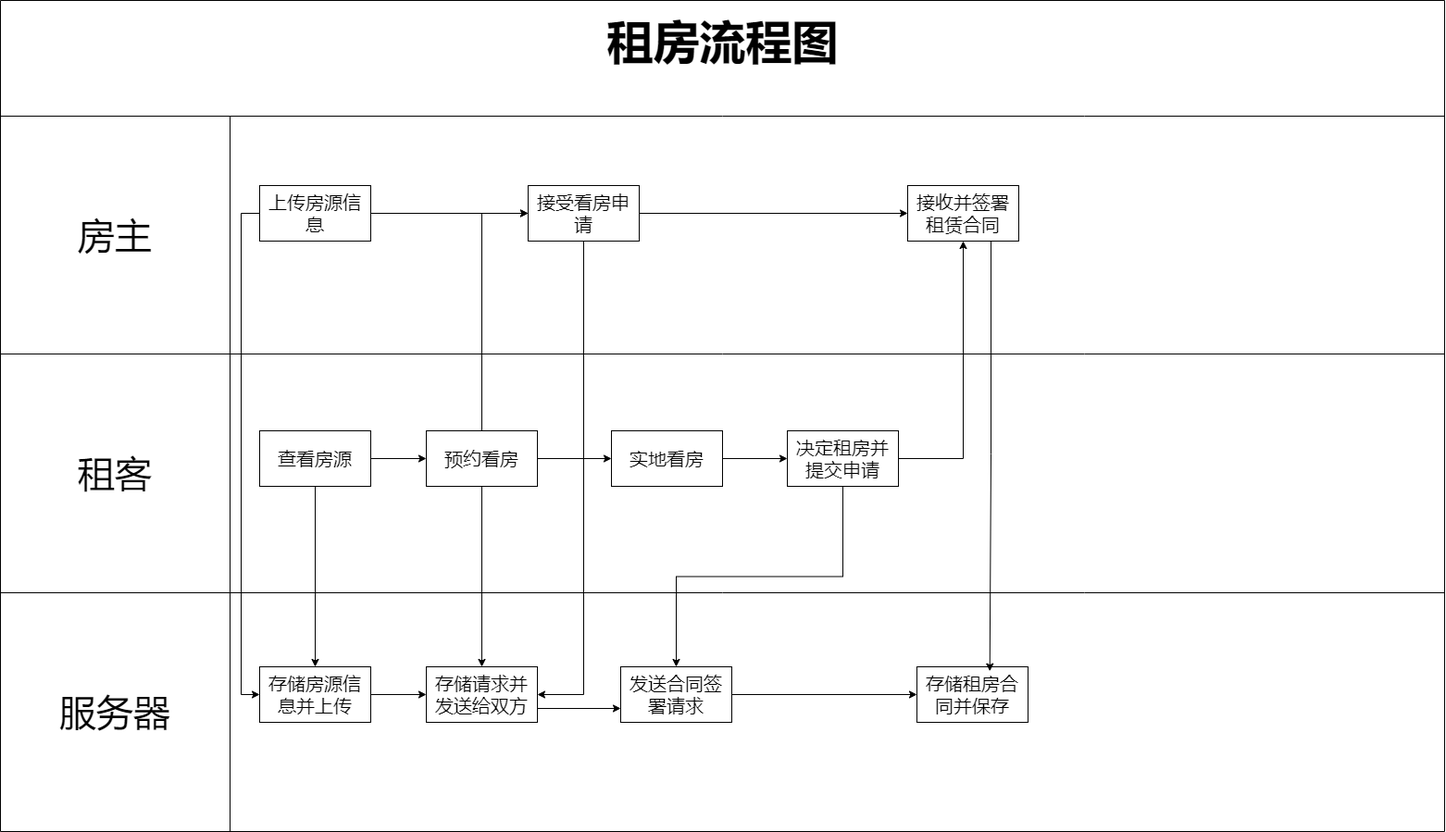
The draw.io diagram Plans/租房流程图.png in 1228785484/RentHouseThing, before a commit. Source tidied: cells renumbered, new cells last; positions are measured from the earlier drawing's top-left corner, leaving out a move shared by most shapes.
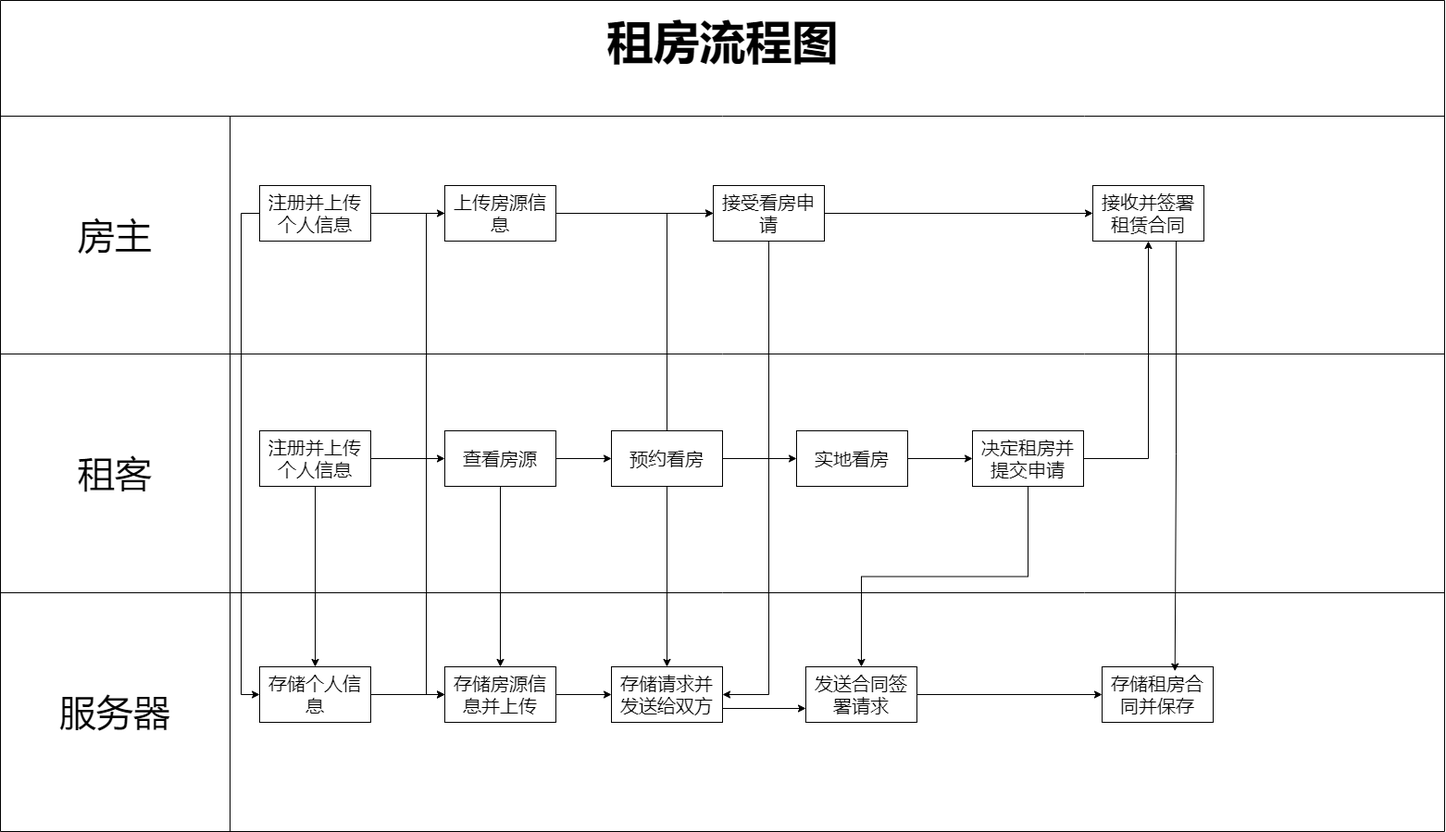
The same file after the commit.

Commit message:
租房流程图.png

The edit, as a diff of the source:
```diff
@@ -3,7 +3,7 @@
     <mxCell id="0" />
     <mxCell id="1" parent="0" />
     <mxCell id="2" style="shape=table;startSize=0;" parent="1" vertex="1">
-      <mxGeometry width="1560" height="898" as="geometry" />
+      <mxGeometry x="-200" width="1560" height="898" as="geometry" />
     </mxCell>
     <mxCell id="3" style="shape=tableRow;horizontal=0;startSize=0;swimlaneHead=0;swimlaneBody=0;strokeColor=inherit;top=0;left=0;bottom=0;right=0;fillColor=none;" parent="2" vertex="1">
       <mxGeometry width="1560" height="125" as="geometry" />
@@ -39,7 +39,7 @@
       <mxGeometry x="248" width="1312" height="258" as="geometry" />
     </mxCell>
     <mxCell id="14" value="&lt;font style=&quot;font-size: 50px;&quot;&gt;租房流程图&lt;/font&gt;" style="text;strokeColor=none;fillColor=none;html=1;fontSize=24;fontStyle=1;verticalAlign=middle;align=center;" parent="1" vertex="1">
-      <mxGeometry x="730" y="30" width="100" height="30" as="geometry" />
+      <mxGeometry x="530" y="30" width="100" height="30" as="geometry" />
     </mxCell>
     <mxCell id="15" style="edgeStyle=orthogonalEdgeStyle;rounded=0;jettySize=auto;html=1;entryX=0;entryY=0.5;entryDx=0;entryDy=0;" parent="1" edge="1" source="18" target="24">
       <mxGeometry relative="1" as="geometry" />
@@ -122,5 +122,34 @@
     <mxCell id="41" style="edgeStyle=orthogonalEdgeStyle;rounded=0;jettySize=auto;html=1;exitX=0.75;exitY=1;exitDx=0;exitDy=0;entryX=0.656;entryY=0.078;entryDx=0;entryDy=0;entryPerimeter=0;" parent="1" edge="1" source="33" target="38">
       <mxGeometry relative="1" as="geometry" />
     </mxCell>
+    <mxCell id="42" style="edgeStyle=orthogonalEdgeStyle;rounded=0;jettySize=auto;html=1;entryX=0;entryY=0.5;entryDx=0;entryDy=0;" parent="1" edge="1" source="44" target="49">
+      <mxGeometry relative="1" as="geometry">
+        <Array as="points">
+          <mxPoint x="60" y="230" />
+          <mxPoint x="60" y="750" />
+        </Array>
+      </mxGeometry>
+    </mxCell>
+    <mxCell id="43" style="edgeStyle=orthogonalEdgeStyle;rounded=0;jettySize=auto;html=1;entryX=0;entryY=0.5;entryDx=0;entryDy=0;" parent="1" edge="1" source="44" target="29">
+      <mxGeometry relative="1" as="geometry" />
+    </mxCell>
+    <mxCell id="44" value="&lt;span style=&quot;font-size: 20px;&quot;&gt;注册并上传个人信息&lt;/span&gt;" style="rounded=0;whiteSpace=wrap;html=1;" parent="1" vertex="1">
+      <mxGeometry x="80" y="200" width="120" height="60" as="geometry" />
+    </mxCell>
+    <mxCell id="45" style="edgeStyle=orthogonalEdgeStyle;rounded=0;jettySize=auto;html=1;entryX=0.5;entryY=0;entryDx=0;entryDy=0;" parent="1" edge="1" source="47" target="49">
+      <mxGeometry relative="1" as="geometry" />
+    </mxCell>
+    <mxCell id="46" style="edgeStyle=orthogonalEdgeStyle;rounded=0;jettySize=auto;html=1;entryX=0;entryY=0.5;entryDx=0;entryDy=0;" parent="1" edge="1" source="47" target="21">
+      <mxGeometry relative="1" as="geometry" />
+    </mxCell>
+    <mxCell id="47" value="&lt;span style=&quot;font-size: 20px;&quot;&gt;注册并上传个人信息&lt;/span&gt;" style="rounded=0;whiteSpace=wrap;html=1;" parent="1" vertex="1">
+      <mxGeometry x="80" y="465" width="120" height="60" as="geometry" />
+    </mxCell>
+    <mxCell id="48" style="edgeStyle=orthogonalEdgeStyle;rounded=0;jettySize=auto;html=1;entryX=0;entryY=0.5;entryDx=0;entryDy=0;" parent="1" edge="1" source="49" target="35">
+      <mxGeometry relative="1" as="geometry" />
+    </mxCell>
+    <mxCell id="49" value="&lt;span style=&quot;font-size: 20px;&quot;&gt;存储个人信息&lt;/span&gt;" style="rounded=0;whiteSpace=wrap;html=1;" parent="1" vertex="1">
+      <mxGeometry x="80" y="720" width="120" height="60" as="geometry" />
+    </mxCell>
   </root>
 </mxGraphModel>
```
